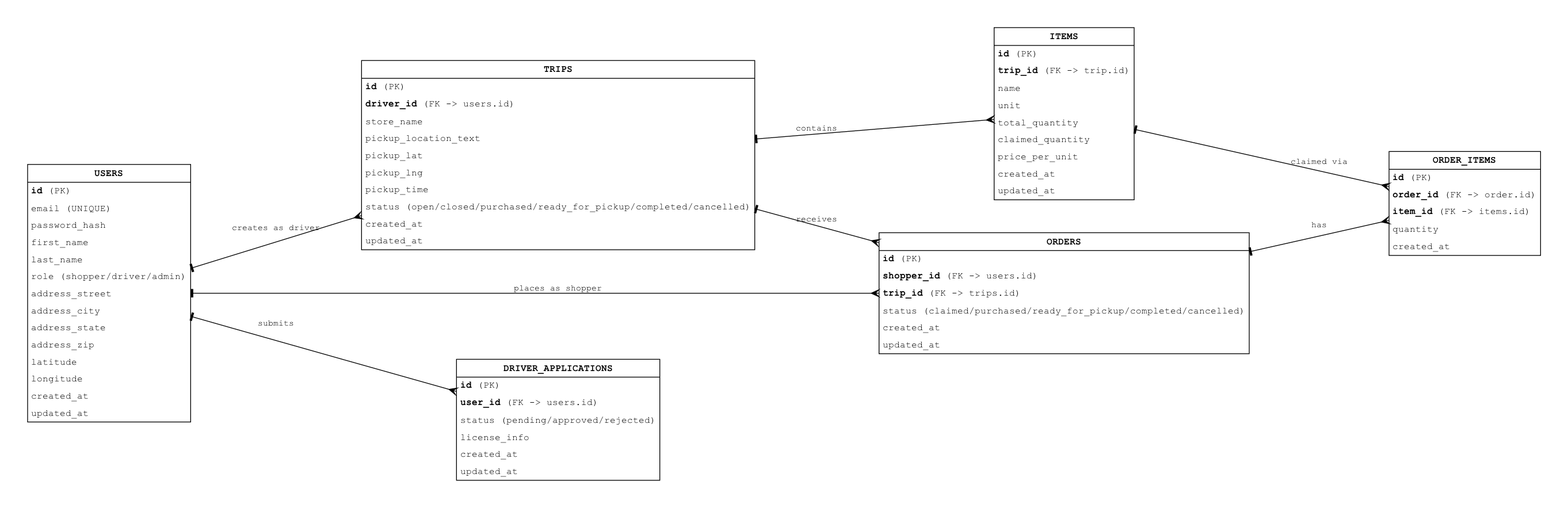
This is docs/er_diagram.png from Temilola23/CS162-Bulk-Buddy, a Graphviz export, as it was before one commit. Its source is kept beside it as docs/er_diagram.dot. Source of this version:
```dot
digraph ER {
    graph [rankdir=LR, pad="0.5", nodesep="0.6", ranksep="1.5", fontname="Courier New", fontsize=12];
    node [shape=none, fontname="Courier New", fontsize=12, margin=0];
    edge [fontname="Courier New", fontsize=11, arrowhead=crow, arrowtail=tee, dir=both];

    USERS [label=<
        <TABLE BORDER="1" CELLBORDER="0" CELLSPACING="0" CELLPADDING="4" BGCOLOR="white">
            <TR><TD ALIGN="CENTER"><B>USERS</B></TD></TR>
            <HR/>
            <TR><TD ALIGN="LEFT"><B>id</B> (PK)</TD></TR>
            <TR><TD ALIGN="LEFT">email (UNIQUE)</TD></TR>
            <TR><TD ALIGN="LEFT">password_hash</TD></TR>
            <TR><TD ALIGN="LEFT">first_name</TD></TR>
            <TR><TD ALIGN="LEFT">last_name</TD></TR>
            <TR><TD ALIGN="LEFT">role (shopper/driver/admin)</TD></TR>
            <TR><TD ALIGN="LEFT">address_street</TD></TR>
            <TR><TD ALIGN="LEFT">address_city</TD></TR>
            <TR><TD ALIGN="LEFT">address_state</TD></TR>
            <TR><TD ALIGN="LEFT">address_zip</TD></TR>
            <TR><TD ALIGN="LEFT">latitude</TD></TR>
            <TR><TD ALIGN="LEFT">longitude</TD></TR>
            <TR><TD ALIGN="LEFT">created_at</TD></TR>
            <TR><TD ALIGN="LEFT">updated_at</TD></TR>
        </TABLE>
    >]

    TRIPS [label=<
        <TABLE BORDER="1" CELLBORDER="0" CELLSPACING="0" CELLPADDING="4" BGCOLOR="white">
            <TR><TD ALIGN="CENTER"><B>TRIPS</B></TD></TR>
            <HR/>
            <TR><TD ALIGN="LEFT"><B>id</B> (PK)</TD></TR>
            <TR><TD ALIGN="LEFT"><B>driver_id</B> (FK -&gt; users.id)</TD></TR>
            <TR><TD ALIGN="LEFT">store_name</TD></TR>
            <TR><TD ALIGN="LEFT">pickup_location_text</TD></TR>
            <TR><TD ALIGN="LEFT">pickup_lat</TD></TR>
            <TR><TD ALIGN="LEFT">pickup_lng</TD></TR>
            <TR><TD ALIGN="LEFT">pickup_time</TD></TR>
            <TR><TD ALIGN="LEFT">status (open/closed/purchased/ready_for_pickup/completed/cancelled)</TD></TR>
            <TR><TD ALIGN="LEFT">created_at</TD></TR>
            <TR><TD ALIGN="LEFT">updated_at</TD></TR>
        </TABLE>
    >]

    ITEMS [label=<
        <TABLE BORDER="1" CELLBORDER="0" CELLSPACING="0" CELLPADDING="4" BGCOLOR="white">
            <TR><TD ALIGN="CENTER"><B>ITEMS</B></TD></TR>
            <HR/>
            <TR><TD ALIGN="LEFT"><B>id</B> (PK)</TD></TR>
            <TR><TD ALIGN="LEFT"><B>trip_id</B> (FK -&gt; trip.id)</TD></TR>
            <TR><TD ALIGN="LEFT">name</TD></TR>
            <TR><TD ALIGN="LEFT">unit</TD></TR>
            <TR><TD ALIGN="LEFT">total_quantity</TD></TR>
            <TR><TD ALIGN="LEFT">claimed_quantity</TD></TR>
            <TR><TD ALIGN="LEFT">price_per_unit</TD></TR>
            <TR><TD ALIGN="LEFT">created_at</TD></TR>
            <TR><TD ALIGN="LEFT">updated_at</TD></TR>
        </TABLE>
    >]

    ORDERS [label=<
        <TABLE BORDER="1" CELLBORDER="0" CELLSPACING="0" CELLPADDING="4" BGCOLOR="white">
            <TR><TD ALIGN="CENTER"><B>ORDERS</B></TD></TR>
            <HR/>
            <TR><TD ALIGN="LEFT"><B>id</B> (PK)</TD></TR>
            <TR><TD ALIGN="LEFT"><B>shopper_id</B> (FK -&gt; users.id)</TD></TR>
            <TR><TD ALIGN="LEFT"><B>trip_id</B> (FK -&gt; trips.id)</TD></TR>
            <TR><TD ALIGN="LEFT">status (claimed/purchased/ready_for_pickup/completed/cancelled)</TD></TR>
            <TR><TD ALIGN="LEFT">created_at</TD></TR>
            <TR><TD ALIGN="LEFT">updated_at</TD></TR>
        </TABLE>
    >]

    ORDER_ITEMS [label=<
        <TABLE BORDER="1" CELLBORDER="0" CELLSPACING="0" CELLPADDING="4" BGCOLOR="white">
            <TR><TD ALIGN="CENTER"><B>ORDER_ITEMS</B></TD></TR>
            <HR/>
            <TR><TD ALIGN="LEFT"><B>id</B> (PK)</TD></TR>
            <TR><TD ALIGN="LEFT"><B>order_id</B> (FK -&gt; order.id)</TD></TR>
            <TR><TD ALIGN="LEFT"><B>item_id</B> (FK -&gt; items.id)</TD></TR>
            <TR><TD ALIGN="LEFT">quantity</TD></TR>
            <TR><TD ALIGN="LEFT">created_at</TD></TR>
        </TABLE>
    >]

    DRIVER_APPLICATIONS [label=<
        <TABLE BORDER="1" CELLBORDER="0" CELLSPACING="0" CELLPADDING="4" BGCOLOR="white">
            <TR><TD ALIGN="CENTER"><B>DRIVER_APPLICATIONS</B></TD></TR>
            <HR/>
            <TR><TD ALIGN="LEFT"><B>id</B> (PK)</TD></TR>
            <TR><TD ALIGN="LEFT"><B>user_id</B> (FK -&gt; users.id)</TD></TR>
            <TR><TD ALIGN="LEFT">status (pending/approved/rejected)</TD></TR>
            <TR><TD ALIGN="LEFT">license_info</TD></TR>
            <TR><TD ALIGN="LEFT">created_at</TD></TR>
            <TR><TD ALIGN="LEFT">updated_at</TD></TR>
        </TABLE>
    >]

    USERS -> TRIPS [label="creates as driver"]
    USERS -> ORDERS [label="places as shopper"]
    USERS -> DRIVER_APPLICATIONS [label="submits"]
    TRIPS -> ITEMS [label="contains"]
    TRIPS -> ORDERS [label="receives"]
    ORDERS -> ORDER_ITEMS [label="has"]
    ITEMS -> ORDER_ITEMS [label="claimed via"]
}
```
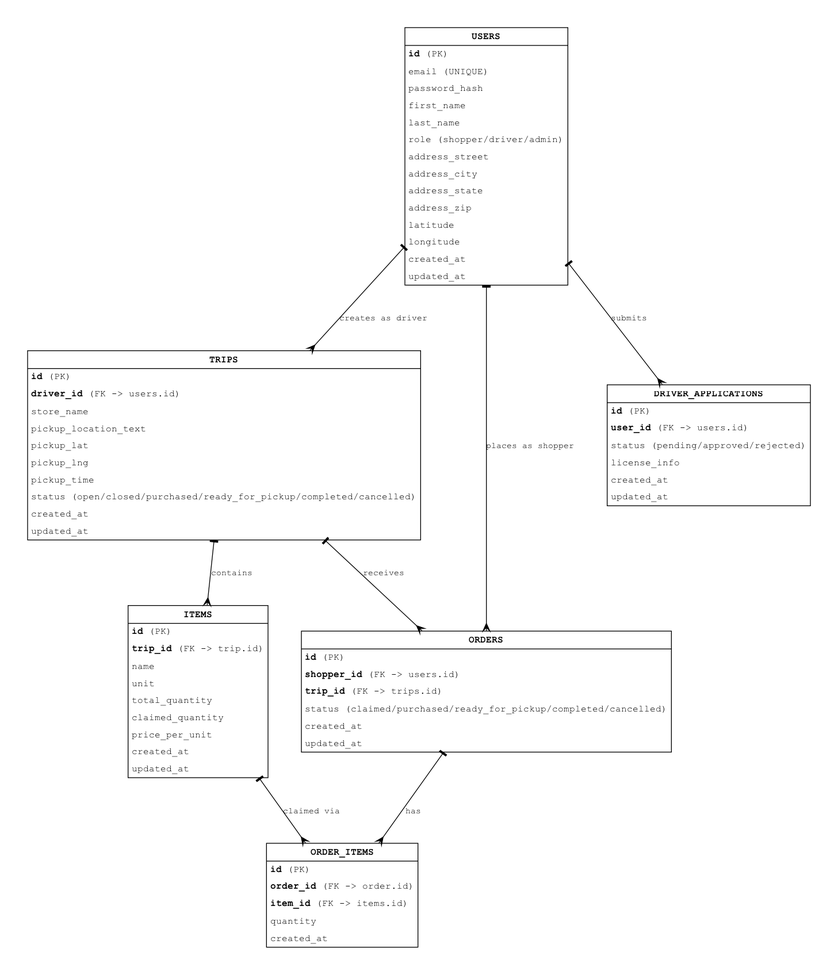
After the commit.

Commit message:
docs: add demo and drive links, fix ER diagram layout to top-down

Change to the diagram source:
```diff
@@ -1,5 +1,5 @@
 digraph ER {
-    graph [rankdir=LR, pad="0.5", nodesep="0.6", ranksep="1.5", fontname="Courier New", fontsize=12];
+    graph [rankdir=TB, pad="0.5", nodesep="0.6", ranksep="1.0", fontname="Courier New", fontsize=12];
     node [shape=none, fontname="Courier New", fontsize=12, margin=0];
     edge [fontname="Courier New", fontsize=11, arrowhead=crow, arrowtail=tee, dir=both];
 
```
